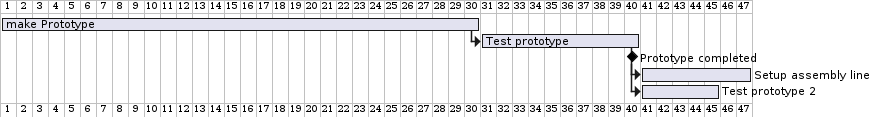
Above: images/gantt-protoype.png in 2425-3ahif-syp/01-lab-projektantrag-shotgun007 (PlantUML), before the change.
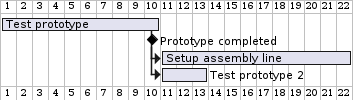
Later version of the same file.

What changed in the source:
```diff
@@ -1,10 +1,8 @@
 @startgantt
-[make Prototype] lasts 30 days
 [Test prototype] lasts 10 days
-[Test prototype] starts at [make Prototype]'s end
 [Prototype completed] happens at [Test prototype]'s end
-[Setup assembly line] lasts 7 days
+[Setup assembly line] lasts 12 days
 [Setup assembly line] starts at [Test prototype]'s end
-[Test prototype 2] lasts 5 days
+[Test prototype 2] lasts 3 days
 [Test prototype 2] starts at [Prototype completed]'s end
 @endgantt
```
